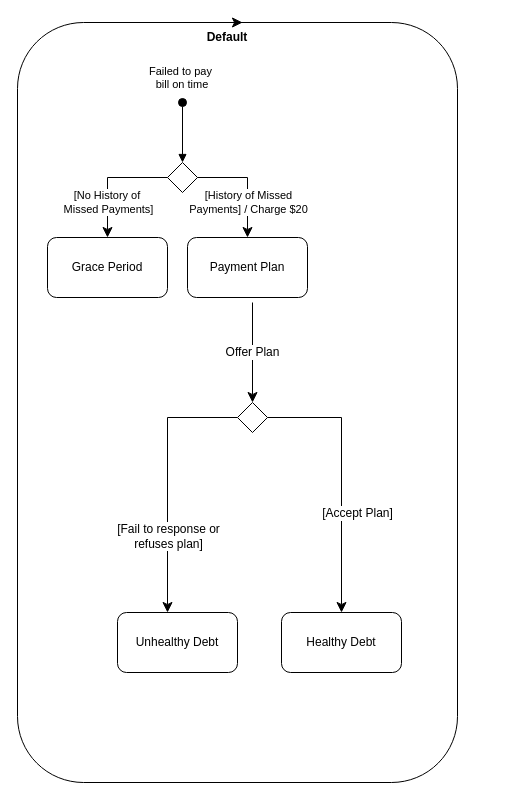
Earlier version of the draw.io diagram page "Page-2" (2 of 2) of workshop6_week7.drawio (antonykimuom/SWEN30006-2025-SM1-workshop1-tuew05-14-00-team-12). Source tidied: cells renumbered, new cells numbered last; positions are measured from the earlier drawing's top-left corner, leaving out a move shared by most shapes. Both pictures are drawn from the tidied source at 100%, with x=0, y=0 at pixel (17, 22).
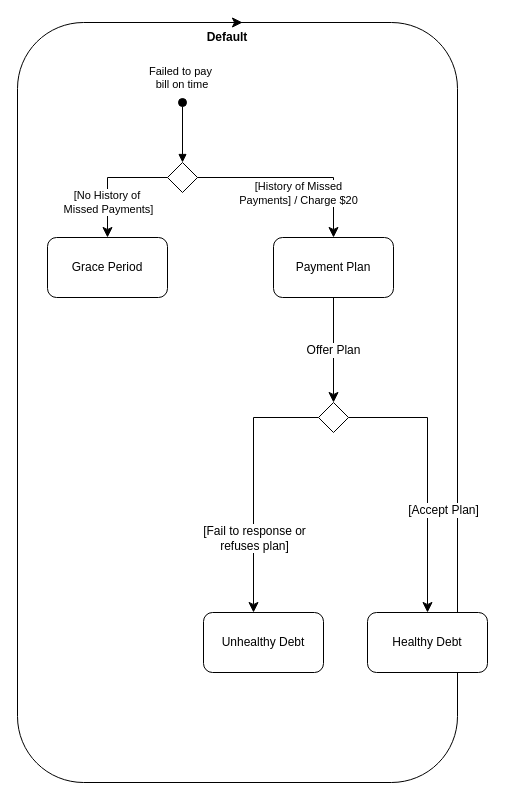
The same page after the edit.

The change refers to these unchanged cells:
```xml
<mxCell id="15" style="rhombus;whiteSpace=wrap;html=1;" parent="1" vertex="1">
  <mxGeometry x="150" y="140" width="30" height="30" as="geometry" />
</mxCell>
```

What changed in the source:
```diff
@@
-    <mxCell id="3" value="Offer Plan" style="rounded=0;jettySize=auto;html=1;fontSize=12;startSize=8;endSize=8;" parent="1" edge="1" target="11">
-      <mxGeometry relative="1" as="geometry">
-        <mxPoint x="235" y="280" as="sourcePoint" />
-      </mxGeometry>
+    <mxCell id="3" value="Offer Plan" style="rounded=0;jettySize=auto;html=1;fontSize=12;startSize=8;endSize=8;exitX=0.5;exitY=1;exitDx=0;exitDy=0;" parent="1" edge="1" source="4" target="11">
+      <mxGeometry relative="1" as="geometry" />
     </mxCell>
     <mxCell id="4" value="Payment Plan" style="rounded=1;whiteSpace=wrap;html=1;" parent="1" vertex="1">
-      <mxGeometry x="170" y="215" width="120" height="60" as="geometry" />
+      <mxGeometry x="256" y="215" width="120" height="60" as="geometry" />
     </mxCell>
     <mxCell id="5" value="Healthy Debt" style="rounded=1;whiteSpace=wrap;html=1;" parent="1" vertex="1">
-      <mxGeometry x="264" y="590" width="120" height="60" as="geometry" />
+      <mxGeometry x="350" y="590" width="120" height="60" as="geometry" />
     </mxCell>
     <mxCell id="6" value="Unhealthy Debt" style="rounded=1;whiteSpace=wrap;html=1;" parent="1" vertex="1">
-      <mxGeometry x="100" y="590" width="120" height="60" as="geometry" />
+      <mxGeometry x="186" y="590" width="120" height="60" as="geometry" />
     </mxCell>
     <mxCell id="7" style="edgeStyle=orthogonalEdgeStyle;rounded=0;jettySize=auto;html=1;fontSize=12;startSize=8;endSize=8;exitX=1;exitY=0.5;exitDx=0;exitDy=0;" parent="1" edge="1" source="11" target="5">
       <mxGeometry relative="1" as="geometry">
         <Array as="points">
-          <mxPoint x="324" y="395" />
+          <mxPoint x="410" y="395" />
         </Array>
       </mxGeometry>
     </mxCell>
@@
     <mxCell id="9" style="edgeStyle=orthogonalEdgeStyle;rounded=0;jettySize=auto;html=1;fontSize=12;startSize=8;endSize=8;exitX=0;exitY=0.5;exitDx=0;exitDy=0;" parent="1" edge="1" source="11" target="6">
       <mxGeometry relative="1" as="geometry">
         <Array as="points">
-          <mxPoint x="150" y="395" />
+          <mxPoint x="236" y="395" />
         </Array>
       </mxGeometry>
     </mxCell>
@@
     <mxCell id="11" style="rhombus;whiteSpace=wrap;html=1;" parent="1" vertex="1">
-      <mxGeometry x="220" y="380" width="30" height="30" as="geometry" />
+      <mxGeometry x="301" y="380" width="30" height="30" as="geometry" />
     </mxCell>
@@
     <mxCell id="16" style="edgeStyle=orthogonalEdgeStyle;rounded=0;jettySize=auto;html=1;fontSize=12;startSize=8;endSize=8;exitX=1;exitY=0.5;exitDx=0;exitDy=0;entryX=0.5;entryY=0;entryDx=0;entryDy=0;" parent="1" edge="1" source="15" target="4">
       <mxGeometry relative="1" as="geometry">
         <Array as="points">
-          <mxPoint x="230" y="155" />
+          <mxPoint x="316" y="155" />
         </Array>
       </mxGeometry>
     </mxCell>
     <mxCell id="17" value="[History of Missed&lt;div&gt;Payments] / Charge $20&lt;/div&gt;" style="edgeLabel;html=1;align=center;verticalAlign=middle;" parent="16" vertex="1">
-      <mxGeometry x="0.35" relative="1" as="geometry" />
+      <mxGeometry x="0.35" relative="1" as="geometry">
+        <mxPoint x="-32" y="15" as="offset" />
+      </mxGeometry>
     </mxCell>
```
